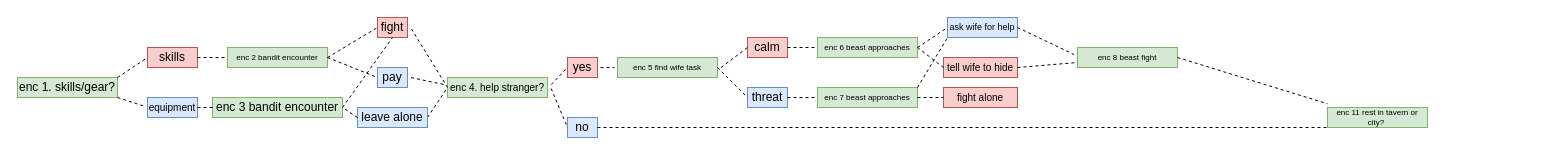
The draw.io diagram stortChart.drawio in Villi5ta/adventure-game, before the edit. Source tidied: cells renumbered, new cells numbered last; positions are measured from the earlier drawing's top-left corner, leaving out a move shared by most shapes. Both pictures are drawn from the tidied source at 100%, with x=0, y=0 at pixel (17, 17).
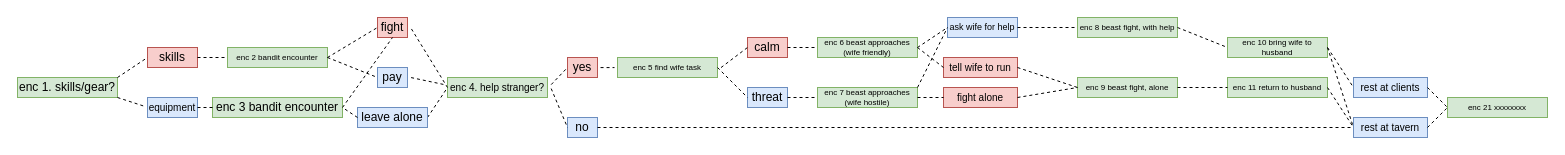
The same page after the edit.

The change refers to these unchanged cells:
```xml
<mxCell id="19" value="no" style="rounded=0;whiteSpace=wrap;html=1;fillColor=#dae8fc;strokeColor=#6c8ebf;" parent="1" vertex="1">
  <mxGeometry x="550" y="100" width="30" height="20" as="geometry" />
</mxCell>
<mxCell id="34" value="ask wife for help" style="rounded=0;whiteSpace=wrap;html=1;fillColor=#dae8fc;strokeColor=#6c8ebf;fontSize=9;" parent="1" vertex="1">
  <mxGeometry x="930" width="70" height="20" as="geometry" />
</mxCell>
<mxCell id="47" value="fight alone" style="rounded=0;whiteSpace=wrap;html=1;fillColor=#f8cecc;strokeColor=#b85450;fontSize=10;" parent="1" vertex="1">
  <mxGeometry x="926" y="70" width="74" height="20" as="geometry" />
</mxCell>
```

The edit, as a diff of the source:
```diff
@@
-    <mxCell id="32" value="enc 6 beast approaches" style="rounded=0;whiteSpace=wrap;html=1;fontSize=8;fillColor=#d5e8d4;strokeColor=#82b366;" parent="1" vertex="1">
+    <mxCell id="32" value="enc 6 beast approaches (wife friendly)" style="rounded=0;whiteSpace=wrap;html=1;fontSize=8;fillColor=#d5e8d4;strokeColor=#82b366;" parent="1" vertex="1">
       <mxGeometry x="800" y="20" width="100" height="20" as="geometry" />
     </mxCell>
@@
-    <mxCell id="35" value="tell wife to hide" style="rounded=0;whiteSpace=wrap;html=1;fillColor=#f8cecc;strokeColor=#b85450;fontSize=10;" parent="1" vertex="1">
+    <mxCell id="35" value="tell wife to run" style="rounded=0;whiteSpace=wrap;html=1;fillColor=#f8cecc;strokeColor=#b85450;fontSize=10;" parent="1" vertex="1">
       <mxGeometry x="926" y="40" width="74" height="20" as="geometry" />
     </mxCell>
@@
-    <mxCell id="38" style="endArrow=none;dashed=1;html=1;rounded=0;entryX=-0.035;entryY=0.35;entryDx=0;entryDy=0;exitX=1;exitY=0.5;exitDx=0;exitDy=0;entryPerimeter=0;" parent="1" edge="1" source="34" target="41">
+    <mxCell id="38" style="endArrow=none;dashed=1;html=1;rounded=0;entryX=0;entryY=0.5;entryDx=0;entryDy=0;exitX=1;exitY=0.5;exitDx=0;exitDy=0;" parent="1" edge="1" source="34" target="41">
       <mxGeometry relative="1" as="geometry" />
     </mxCell>
-    <mxCell id="39" value="enc 7 beast approaches" style="rounded=0;whiteSpace=wrap;html=1;fontSize=8;fillColor=#d5e8d4;strokeColor=#82b366;" parent="1" vertex="1">
+    <mxCell id="39" value="enc 7 beast approaches (wife hostile)" style="rounded=0;whiteSpace=wrap;html=1;fontSize=8;fillColor=#d5e8d4;strokeColor=#82b366;" parent="1" vertex="1">
       <mxGeometry x="800" y="70" width="100" height="20" as="geometry" />
     </mxCell>
@@
-    <mxCell id="41" value="enc 8 beast fight" style="rounded=0;whiteSpace=wrap;html=1;fontSize=8;fillColor=#d5e8d4;strokeColor=#82b366;" parent="1" vertex="1">
-      <mxGeometry x="1060" y="30" width="100" height="20" as="geometry" />
+    <mxCell id="41" value="enc 8 beast fight, with help" style="rounded=0;whiteSpace=wrap;html=1;fontSize=8;fillColor=#d5e8d4;strokeColor=#82b366;" parent="1" vertex="1">
+      <mxGeometry x="1060" width="100" height="20" as="geometry" />
     </mxCell>
-    <mxCell id="42" style="endArrow=none;dashed=1;html=1;rounded=0;exitX=1;exitY=0.5;exitDx=0;exitDy=0;entryX=0;entryY=1;entryDx=0;entryDy=0;" parent="1" edge="1" source="19" target="44">
+    <mxCell id="42" style="endArrow=none;dashed=1;html=1;rounded=0;entryX=0;entryY=0.5;entryDx=0;entryDy=0;exitX=1;exitY=0.5;exitDx=0;exitDy=0;" parent="1" edge="1" source="19" target="58">
       <mxGeometry relative="1" as="geometry" />
     </mxCell>
-    <mxCell id="43" style="endArrow=none;dashed=1;html=1;rounded=0;entryX=0;entryY=0.75;entryDx=0;entryDy=0;exitX=1;exitY=0.5;exitDx=0;exitDy=0;" parent="1" edge="1" source="35" target="41">
-      <mxGeometry relative="1" as="geometry" />
-    </mxCell>
-    <mxCell id="44" value="enc 11 rest in tavern or city?&amp;nbsp;" style="rounded=0;whiteSpace=wrap;html=1;fontSize=8;fillColor=#d5e8d4;strokeColor=#82b366;" parent="1" vertex="1">
-      <mxGeometry x="1310" y="90" width="100" height="20" as="geometry" />
+    <mxCell id="44" value="enc 10 bring wife to husband" style="rounded=0;whiteSpace=wrap;html=1;fontSize=8;fillColor=#d5e8d4;strokeColor=#82b366;" parent="1" vertex="1">
+      <mxGeometry x="1210" y="20" width="100" height="20" as="geometry" />
     </mxCell>
-    <mxCell id="45" style="endArrow=none;dashed=1;html=1;rounded=0;exitX=1;exitY=0.5;exitDx=0;exitDy=0;entryX=0;entryY=-0.186;entryDx=0;entryDy=0;entryPerimeter=0;" parent="1" edge="1" source="41" target="44">
+    <mxCell id="45" style="endArrow=none;dashed=1;html=1;rounded=0;exitX=1;exitY=0.5;exitDx=0;exitDy=0;entryX=0;entryY=0.5;entryDx=0;entryDy=0;" parent="1" edge="1" source="41" target="44">
       <mxGeometry relative="1" as="geometry" />
     </mxCell>
-    <mxCell id="46" style="endArrow=none;dashed=1;html=1;rounded=0;entryX=0;entryY=1;entryDx=0;entryDy=0;exitX=1;exitY=0;exitDx=0;exitDy=0;" parent="1" edge="1" source="39" target="34">
+    <mxCell id="46" style="endArrow=none;dashed=1;html=1;rounded=0;exitX=1;exitY=0;exitDx=0;exitDy=0;entryX=0;entryY=0.5;entryDx=0;entryDy=0;" parent="1" edge="1" source="39" target="34">
       <mxGeometry relative="1" as="geometry" />
     </mxCell>
@@
+    <mxCell id="49" value="enc 9 beast fight, alone" style="rounded=0;whiteSpace=wrap;html=1;fontSize=8;fillColor=#d5e8d4;strokeColor=#82b366;" parent="1" vertex="1">
+      <mxGeometry x="1060" y="60" width="100" height="20" as="geometry" />
+    </mxCell>
+    <mxCell id="50" style="endArrow=none;dashed=1;html=1;rounded=0;entryX=0;entryY=0.5;entryDx=0;entryDy=0;exitX=1;exitY=0.5;exitDx=0;exitDy=0;" parent="1" edge="1" source="35" target="49">
+      <mxGeometry relative="1" as="geometry" />
+    </mxCell>
+    <mxCell id="51" style="endArrow=none;dashed=1;html=1;rounded=0;entryX=0;entryY=0.5;entryDx=0;entryDy=0;exitX=1;exitY=0.5;exitDx=0;exitDy=0;" parent="1" edge="1" source="47" target="49">
+      <mxGeometry relative="1" as="geometry" />
+    </mxCell>
+    <mxCell id="52" value="enc 11 return to husband" style="rounded=0;whiteSpace=wrap;html=1;fontSize=8;fillColor=#d5e8d4;strokeColor=#82b366;" parent="1" vertex="1">
+      <mxGeometry x="1210" y="60" width="100" height="20" as="geometry" />
+    </mxCell>
+    <mxCell id="53" style="endArrow=none;dashed=1;html=1;rounded=0;exitX=1;exitY=0.5;exitDx=0;exitDy=0;entryX=0;entryY=0.5;entryDx=0;entryDy=0;" parent="1" edge="1" source="49" target="52">
+      <mxGeometry relative="1" as="geometry" />
+    </mxCell>
+    <mxCell id="54" style="endArrow=none;dashed=1;html=1;rounded=0;exitX=1;exitY=0.5;exitDx=0;exitDy=0;entryX=0;entryY=0.5;entryDx=0;entryDy=0;" parent="1" edge="1" source="52" target="58">
+      <mxGeometry relative="1" as="geometry" />
+    </mxCell>
+    <mxCell id="55" style="endArrow=none;dashed=1;html=1;rounded=0;exitX=1;exitY=0.5;exitDx=0;exitDy=0;entryX=0;entryY=0.5;entryDx=0;entryDy=0;" parent="1" edge="1" source="44" target="57">
+      <mxGeometry relative="1" as="geometry" />
+    </mxCell>
+    <mxCell id="56" style="endArrow=none;dashed=1;html=1;rounded=0;entryX=0;entryY=0.5;entryDx=0;entryDy=0;" parent="1" edge="1" target="58">
+      <mxGeometry relative="1" as="geometry">
+        <mxPoint x="1310" y="30" as="sourcePoint" />
+      </mxGeometry>
+    </mxCell>
+    <mxCell id="57" value="rest at clients" style="rounded=0;whiteSpace=wrap;html=1;fillColor=#dae8fc;strokeColor=#6c8ebf;fontSize=10;" parent="1" vertex="1">
+      <mxGeometry x="1336" y="60" width="74" height="20" as="geometry" />
+    </mxCell>
+    <mxCell id="58" value="rest at tavern" style="rounded=0;whiteSpace=wrap;html=1;fillColor=#dae8fc;strokeColor=#6c8ebf;fontSize=10;" parent="1" vertex="1">
+      <mxGeometry x="1336" y="100" width="74" height="20" as="geometry" />
+    </mxCell>
+    <mxCell id="59" value="enc 21 xxxxxxxx" style="rounded=0;whiteSpace=wrap;html=1;fontSize=8;fillColor=#d5e8d4;strokeColor=#82b366;" parent="1" vertex="1">
+      <mxGeometry x="1430" y="80" width="100" height="20" as="geometry" />
+    </mxCell>
+    <mxCell id="60" style="endArrow=none;dashed=1;html=1;rounded=0;exitX=1;exitY=0.5;exitDx=0;exitDy=0;entryX=0;entryY=0.5;entryDx=0;entryDy=0;" parent="1" edge="1" source="57" target="59">
+      <mxGeometry relative="1" as="geometry" />
+    </mxCell>
+    <mxCell id="61" style="endArrow=none;dashed=1;html=1;rounded=0;exitX=1;exitY=0.5;exitDx=0;exitDy=0;entryX=0;entryY=0.5;entryDx=0;entryDy=0;" parent="1" edge="1" source="58" target="59">
+      <mxGeometry relative="1" as="geometry" />
+    </mxCell>
```
